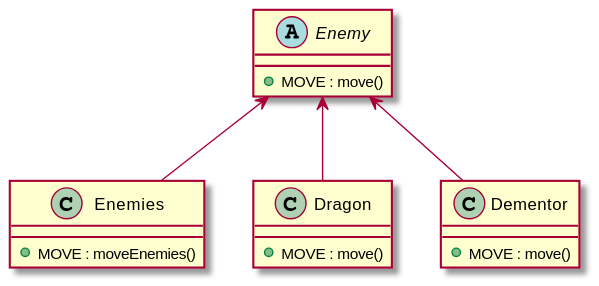
Before: docs/images/patterns/CompositePattern.svg, a diagram exported from PlantUML (RuiSoares333/FEUP-LDTS-Project).
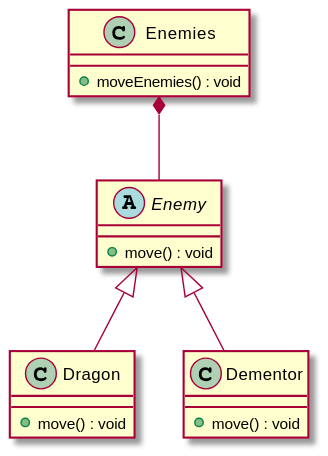
The same diagram one commit later.

The edit, as a diff of the source:
```diff
@@ -2,25 +2,23 @@
 
 
 abstract class Enemy{
-+ MOVE : move()
++ move() : void
 }
 
 class Enemies{
-+ MOVE : moveEnemies()
++ moveEnemies() : void
 }
 
-Enemy <-- Enemies
-
 class Dragon{
-+ MOVE : move()
++ move() : void
 }
 
-Enemy <-- Dragon
-
 class Dementor{
-+ MOVE : move()
++ move() : void
 }
 
-Enemy <-- Dementor
+Enemies *-- Enemy
+Dragon -u-|> Enemy
+Dementor -u-|> Enemy
 
 @enduml
```
